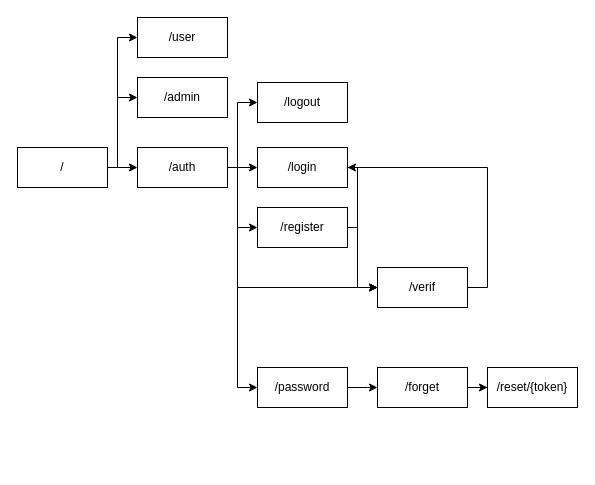
HakimFIDJEL/jcoaching keeps this draw.io diagram as page "Auth" (1 of 3) of architecture.drawio. Above is the earlier version. Source tidied: cells renumbered, new cells numbered last; positions are measured from the earlier drawing's top-left corner, leaving out a move shared by most shapes. Both pictures are drawn from the tidied source at 100%, with x=0, y=0 at pixel (17, 17).
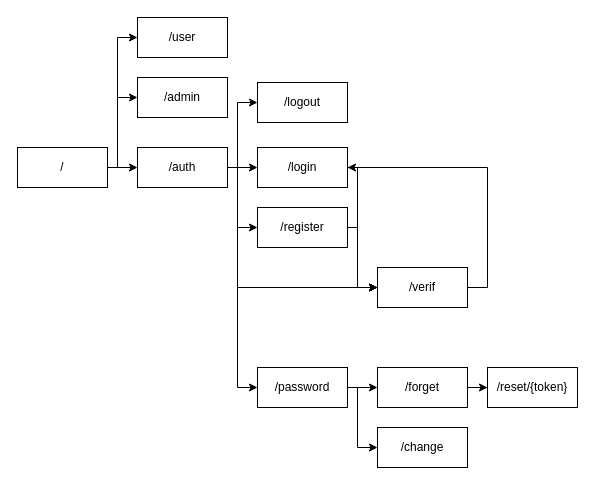
Above is the later version.

Unchanged cells that the change refers to:
```xml
<mxCell id="25" style="rounded=0;whiteSpace=wrap;html=1;" parent="1" vertex="1">
  <mxGeometry x="240" y="350" width="90" height="40" as="geometry" />
</mxCell>
```

Change to the diagram source:
```diff
@@
+    <mxCell id="37" style="edgeStyle=orthogonalEdgeStyle;rounded=0;jettySize=auto;html=1;entryX=0;entryY=0.5;entryDx=0;entryDy=0;" parent="1" edge="1" source="25" target="38">
+      <mxGeometry relative="1" as="geometry">
+        <Array as="points">
+          <mxPoint x="340" y="370" />
+          <mxPoint x="340" y="430" />
+        </Array>
+      </mxGeometry>
+    </mxCell>
@@
+    <mxCell id="38" style="rounded=0;whiteSpace=wrap;html=1;" parent="1" vertex="1">
+      <mxGeometry x="360" y="410" width="90" height="40" as="geometry" />
+    </mxCell>
+    <mxCell id="39" value="/change" style="text;html=1;strokeColor=none;fillColor=none;align=center;verticalAlign=middle;whiteSpace=wrap;rounded=0;" parent="1" vertex="1">
+      <mxGeometry x="375" y="415" width="60" height="30" as="geometry" />
+    </mxCell>
```
